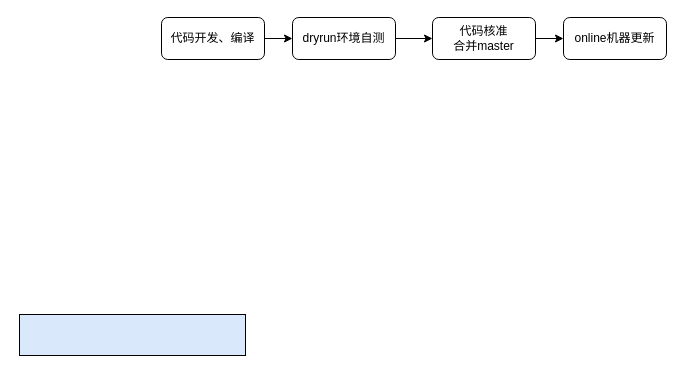
Above: 未命名绘图.drawio in limpid-11/drawio (draw.io), before the change. Source tidied: cells renumbered, new cells numbered last; positions are measured from the earlier drawing's top-left corner, leaving out a move shared by most shapes. Both pictures are drawn from the tidied source at 100%, with x=0, y=0 at pixel (19, 17).
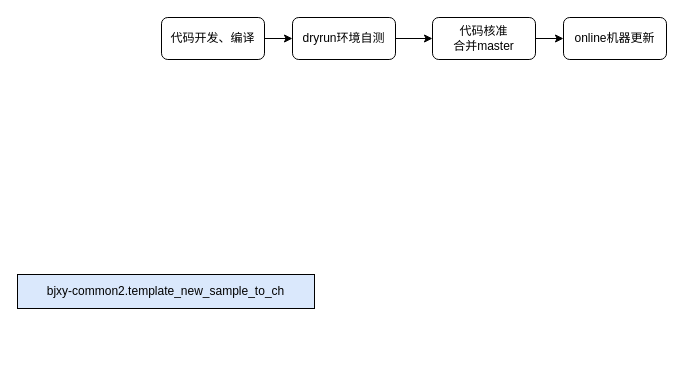
The same page after the edit.

Commit message:
更新未命名绘图.drawio

Change to the diagram source:
```diff
@@
 <mxGraphModel>
   <root>
     <mxCell id="0" />
     <mxCell id="1" parent="0" />
     <mxCell id="2" style="edgeStyle=orthogonalEdgeStyle;rounded=0;jettySize=auto;html=1;" parent="1" edge="1" source="3" target="5">
       <mxGeometry relative="1" as="geometry" />
     </mxCell>
     <mxCell id="3" value="代码开发、编译" style="rounded=1;whiteSpace=wrap;html=1;" parent="1" vertex="1">
       <mxGeometry x="142" width="103" height="42" as="geometry" />
     </mxCell>
     <mxCell id="4" style="edgeStyle=orthogonalEdgeStyle;rounded=0;jettySize=auto;html=1;" parent="1" edge="1" source="5" target="7">
       <mxGeometry relative="1" as="geometry" />
     </mxCell>
     <mxCell id="5" value="dryrun环境自测" style="rounded=1;whiteSpace=wrap;html=1;" parent="1" vertex="1">
       <mxGeometry x="273" width="103" height="42" as="geometry" />
     </mxCell>
     <mxCell id="6" style="edgeStyle=orthogonalEdgeStyle;rounded=0;jettySize=auto;html=1;" parent="1" edge="1" source="7" target="8">
       <mxGeometry relative="1" as="geometry" />
     </mxCell>
     <mxCell id="7" value="代码核准&lt;div&gt;合并master&lt;/div&gt;" style="rounded=1;whiteSpace=wrap;html=1;" parent="1" vertex="1">
       <mxGeometry x="413" width="103" height="42" as="geometry" />
     </mxCell>
     <mxCell id="8" value="online机器更新" style="rounded=1;whiteSpace=wrap;html=1;" parent="1" vertex="1">
       <mxGeometry x="544" width="103" height="42" as="geometry" />
     </mxCell>
-    <mxCell id="9" style="rounded=0;whiteSpace=wrap;html=1;fillColor=#dae8fc;strokeColor=#000000;" parent="1" vertex="1">
-      <mxGeometry y="297" width="226" height="41" as="geometry" />
+    <mxCell id="9" value="bjxy-common2.template_new_sample_to_ch" style="rounded=0;whiteSpace=wrap;html=1;fillColor=#dae8fc;strokeColor=#000000;" parent="1" vertex="1">
+      <mxGeometry x="-2" y="257" width="297" height="34" as="geometry" />
     </mxCell>
   </root>
 </mxGraphModel>
```
